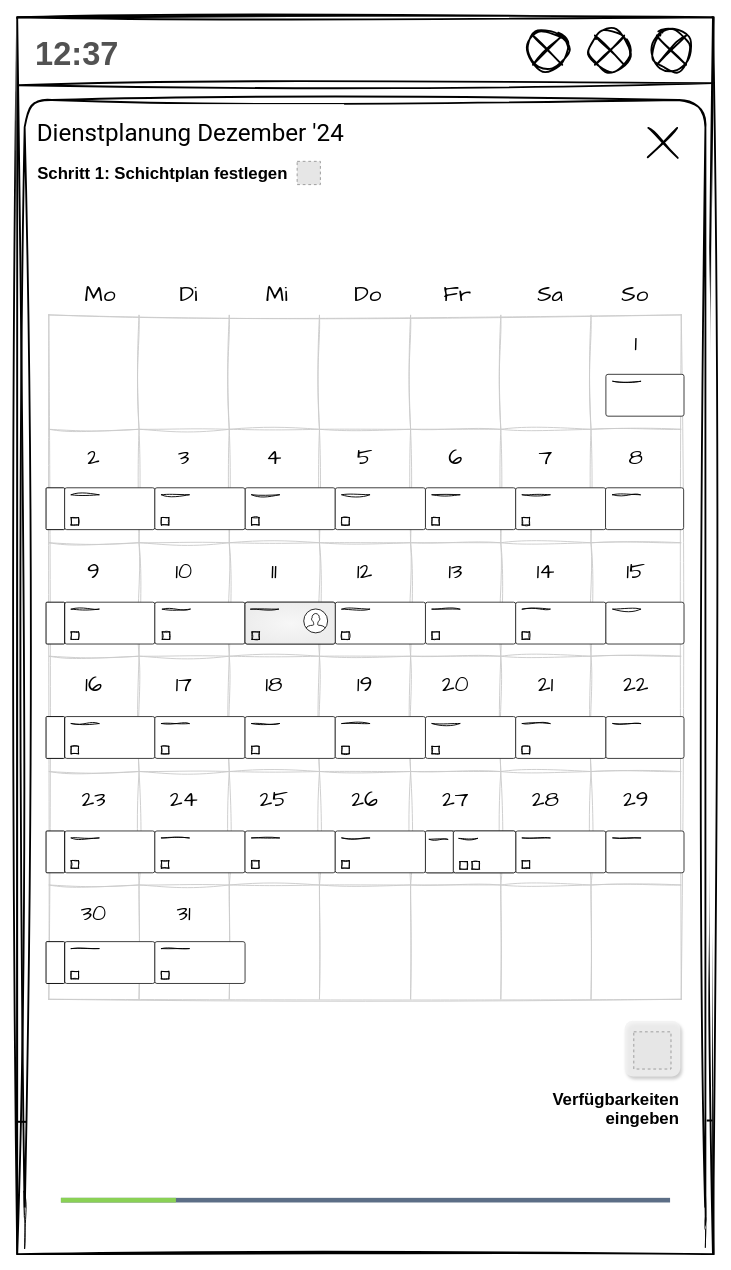
Before: page "SE_SchichtAufteilen" (4 of 8) of 5_Pitch/Mockup_UserFlow_CreateWorkSchedule.drawio in annikalenneper/praxisprojekt_mi_bachelor_SoSe24, a draw.io diagram. Source tidied: cells renumbered, new cells numbered last; positions are measured from the earlier drawing's top-left corner, leaving out a move shared by most shapes. Both pictures are drawn from the tidied source at 93%, with x=0, y=0 at pixel (17, 17). Pictures stored in the file or linked from it are replaced by grey dashed boxes.
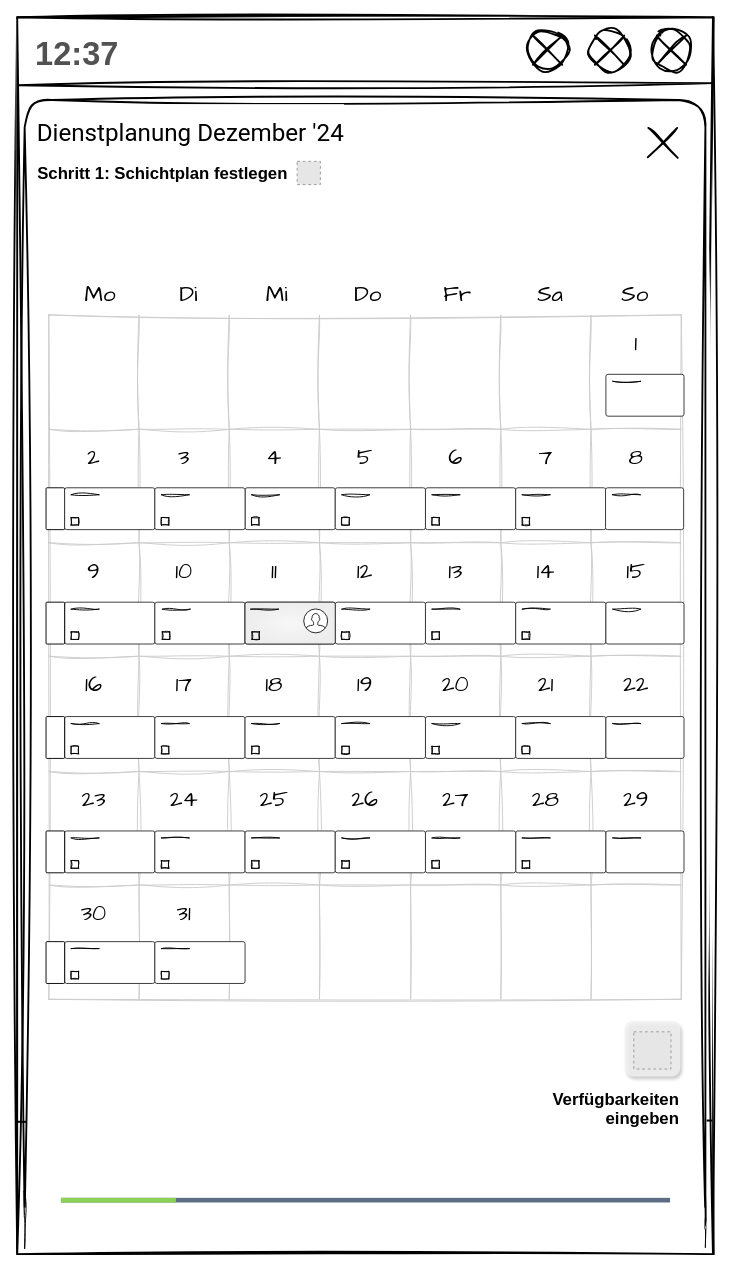
Above is the later version.

The edit, as a diff of the source:
```diff
@@
-    <mxCell id="243" parent="0" />
-    <mxCell id="244" style="rounded=1;whiteSpace=wrap;html=1;arcSize=5;strokeColor=#333333;" parent="243" vertex="1">
-      <mxGeometry x="439" y="875" width="30" height="45" as="geometry" />
-    </mxCell>
-    <mxCell id="245" style="rounded=1;whiteSpace=wrap;html=1;arcSize=5;strokeColor=#333333;" parent="243" vertex="1">
-      <mxGeometry x="469" y="875" width="67" height="45" as="geometry" />
-    </mxCell>
-    <mxCell id="246" style="whiteSpace=wrap;html=1;sketch=1;curveFitting=1;jiggle=2;" parent="243" vertex="1">
-      <mxGeometry x="476" y="908" width="8" height="8" as="geometry" />
-    </mxCell>
-    <mxCell id="247" style="whiteSpace=wrap;html=1;sketch=1;curveFitting=1;jiggle=2;" parent="243" vertex="1">
-      <mxGeometry x="489" y="908" width="8" height="8" as="geometry" />
-    </mxCell>
-    <mxCell id="248" style="endArrow=none;html=1;rounded=0;sketch=1;curveFitting=1;jiggle=2;" parent="243" edge="1">
-      <mxGeometry relative="1" as="geometry">
-        <mxPoint x="443" y="884" as="sourcePoint" />
-        <mxPoint x="463" y="884" as="targetPoint" />
-      </mxGeometry>
-    </mxCell>
-    <mxCell id="249" style="endArrow=none;html=1;rounded=0;sketch=1;curveFitting=1;jiggle=2;" parent="243" edge="1">
-      <mxGeometry relative="1" as="geometry">
-        <mxPoint x="475" y="883" as="sourcePoint" />
-        <mxPoint x="495" y="883" as="targetPoint" />
-      </mxGeometry>
-    </mxCell>
```
